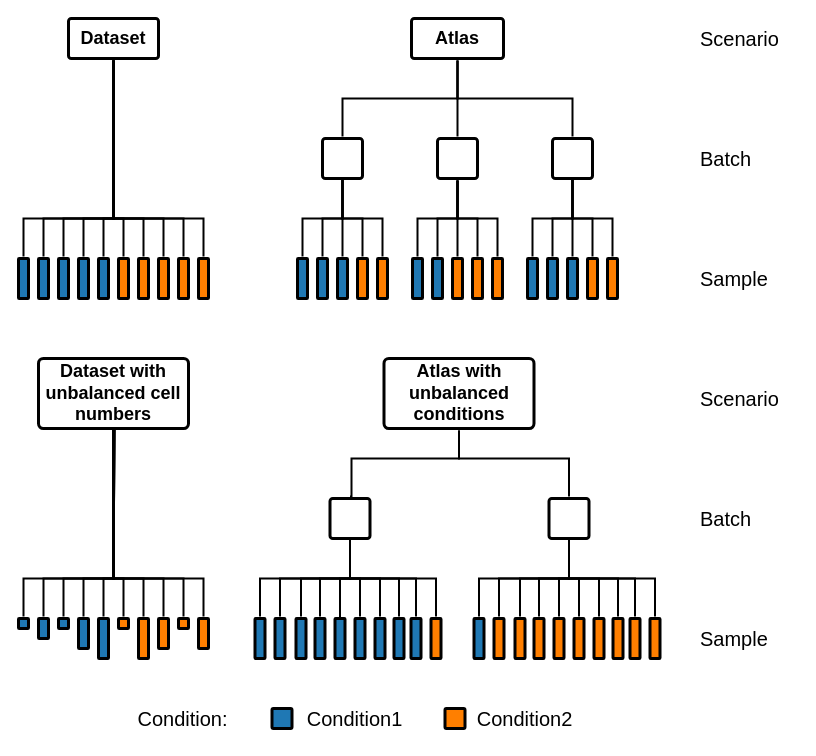
This is plotting/Fig_02/Fig_2.drawio from LeonHafner/sc-guidelines, a draw.io file, before an edit. Source tidied: cells renumbered, new cells numbered last; positions are measured from the earlier drawing's top-left corner, leaving out a move shared by most shapes. Both pictures are drawn from the tidied source at 100%, with x=0, y=0 at pixel (18, 18).
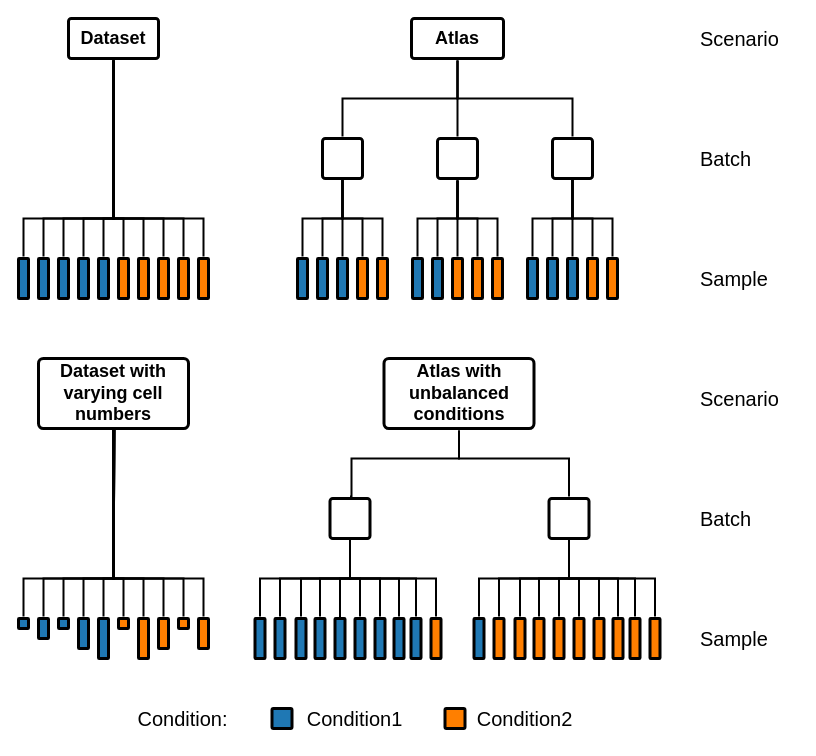
After the change.

Commit message (it also covers changes not shown here):
Changed scenario name to dataset with varying cell numbers

Diff of the diagram source:
```diff
@@
-    <mxCell id="88" value="&lt;font size=&quot;4&quot;&gt;Dataset with unbalanced cell numbers&lt;/font&gt;" style="rounded=1;whiteSpace=wrap;html=1;shadow=0;labelBackgroundColor=none;strokeWidth=3;fontFamily=Helvetica;fontSize=14;align=center;spacing=5;fontStyle=1;arcSize=7;perimeterSpacing=2;" parent="1" vertex="1">
+    <mxCell id="88" value="&lt;font size=&quot;4&quot;&gt;Dataset with varying cell numbers&lt;/font&gt;" style="rounded=1;whiteSpace=wrap;html=1;shadow=0;labelBackgroundColor=none;strokeWidth=3;fontFamily=Helvetica;fontSize=14;align=center;spacing=5;fontStyle=1;arcSize=7;perimeterSpacing=2;" parent="1" vertex="1">
       <mxGeometry x="20" y="340" width="150" height="70" as="geometry" />
     </mxCell>
```
